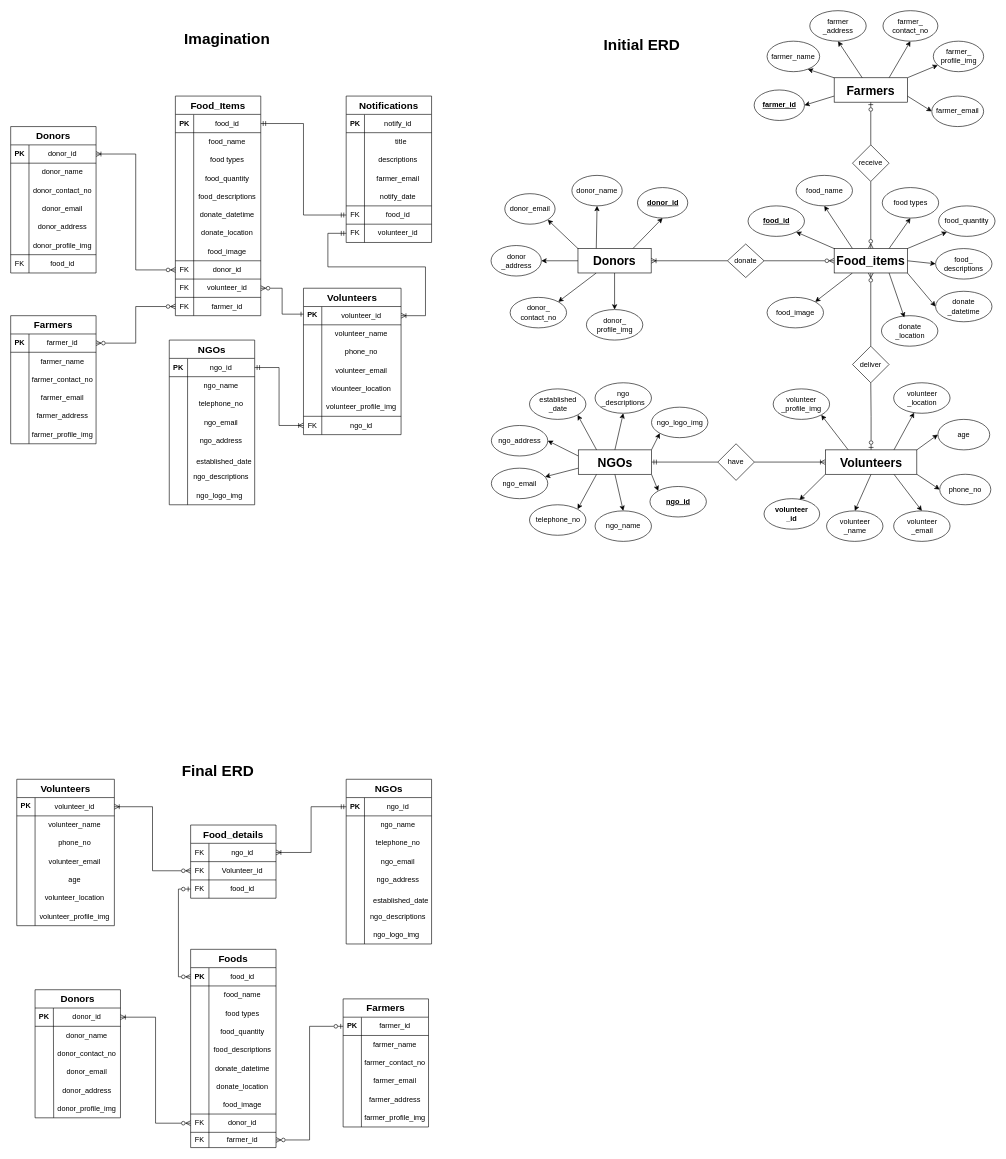
Above: Documents/Interim Report/Extra Files/Design URL/ERD.drawio in devsitaram/Final_Year_Project (draw.io), before the change. Source tidied: cells renumbered, new cells numbered last; positions are measured from the earlier drawing's top-left corner, leaving out a move shared by most shapes. Both pictures are drawn from the tidied source at 61%, with x=0, y=0 at pixel (10, 10).
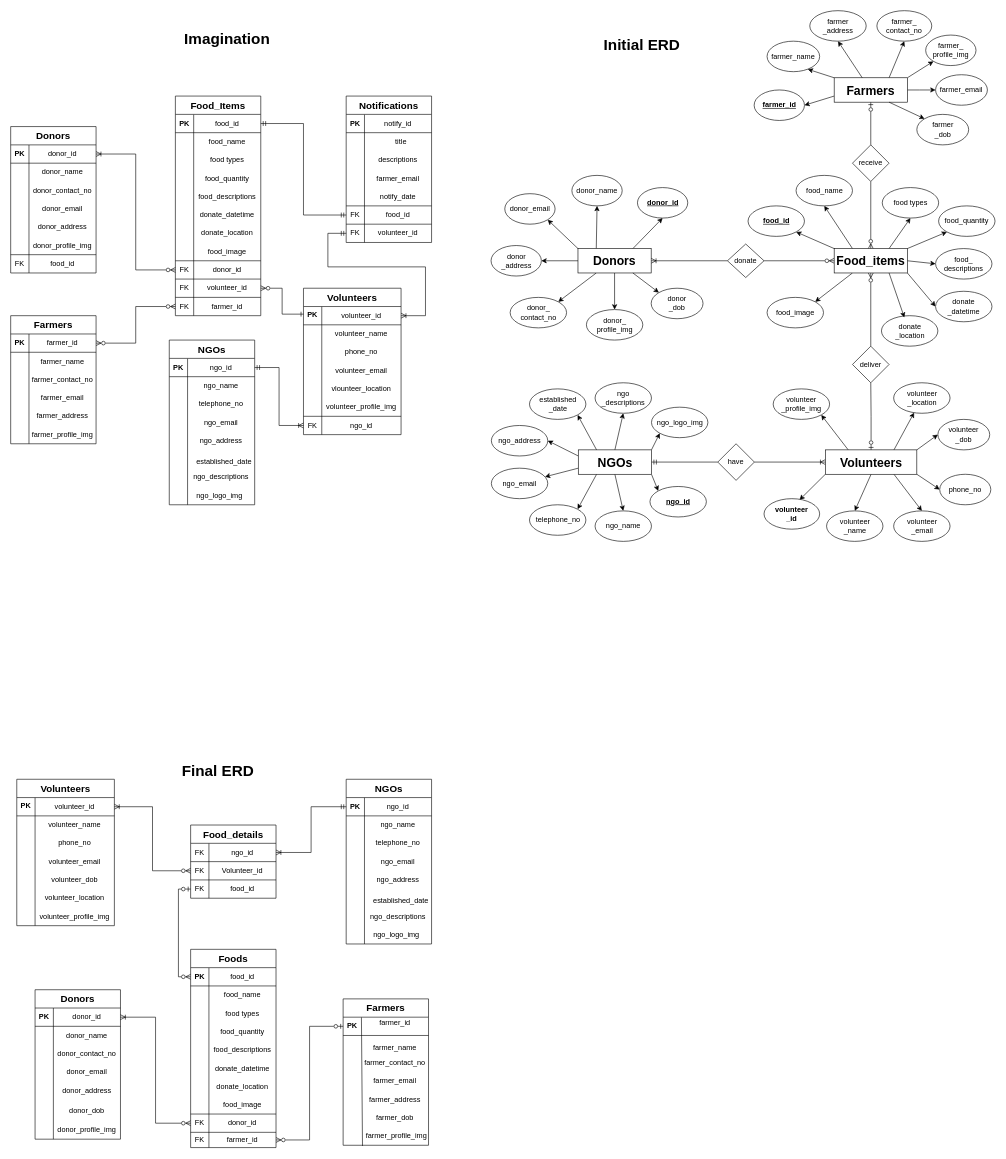
The same page after the edit.

Commit message (it also covers changes not shown here):
create the waireframe for donor

The change refers to these unchanged cells:
```xml
<mxCell id="119" value="&lt;b style=&quot;border-color: var(--border-color);&quot;&gt;&lt;font style=&quot;border-color: var(--border-color); font-size: 20px;&quot;&gt;Farmers&lt;/font&gt;&lt;/b&gt;" style="whiteSpace=wrap;html=1;rounded=0;" parent="1" vertex="1">
  <mxGeometry x="1350" y="110" width="120" height="40" as="geometry" />
</mxCell>
<mxCell id="128" value="&lt;b style=&quot;border-color: var(--border-color);&quot;&gt;&lt;font style=&quot;border-color: var(--border-color); font-size: 20px;&quot;&gt;Donors&lt;/font&gt;&lt;/b&gt;" style="whiteSpace=wrap;html=1;rounded=0;" parent="1" vertex="1">
  <mxGeometry x="930" y="390" width="120" height="40" as="geometry" />
</mxCell>
```

Diff of the diagram source:
```diff
@@
     <mxCell id="13" style="endArrow=none;html=1;rounded=0;strokeWidth=1;endSize=6;jumpSize=6;" parent="1" edge="1">
       <mxGeometry relative="1" as="geometry">
-        <mxPoint x="70.5" y="1815" as="sourcePoint" />
+        <mxPoint x="70" y="1850" as="sourcePoint" />
         <mxPoint x="70" y="1635" as="targetPoint" />
       </mxGeometry>
     </mxCell>
     <mxCell id="14" value="&lt;b&gt;&lt;font style=&quot;font-size: 16px;&quot;&gt;Donors&lt;/font&gt;&lt;/b&gt;" style="swimlane;fontStyle=0;horizontal=1;startSize=30;whiteSpace=wrap;html=1;" parent="1" vertex="1">
-      <mxGeometry x="40" y="1605" width="140" height="210" as="geometry" />
+      <mxGeometry x="40" y="1605" width="140" height="245" as="geometry" />
     </mxCell>
@@
     <mxCell id="18" value="donor_profile_img" style="text;html=1;strokeColor=none;fillColor=none;align=center;verticalAlign=middle;whiteSpace=wrap;rounded=0;" parent="1" vertex="1">
-      <mxGeometry x="70" y="1785" width="110" height="30" as="geometry" />
+      <mxGeometry x="70" y="1820" width="110" height="30" as="geometry" />
     </mxCell>
@@
-    <mxCell id="62" value="age" style="text;html=1;strokeColor=none;fillColor=none;align=center;verticalAlign=middle;whiteSpace=wrap;rounded=0;" parent="1" vertex="1">
+    <mxCell id="62" value="volunteer_dob" style="text;html=1;strokeColor=none;fillColor=none;align=center;verticalAlign=middle;whiteSpace=wrap;rounded=0;" parent="1" vertex="1">
       <mxGeometry x="40" y="1410" width="130" height="30" as="geometry" />
     </mxCell>
@@
-    <mxCell id="68" style="endArrow=none;html=1;rounded=0;strokeWidth=1;endSize=6;jumpSize=6;exitX=0;exitY=1;exitDx=0;exitDy=0;" parent="1" edge="1" source="73">
+    <mxCell id="68" style="endArrow=none;html=1;rounded=0;strokeWidth=1;endSize=6;jumpSize=6;exitX=-0.031;exitY=1.037;exitDx=0;exitDy=0;exitPerimeter=0;" parent="1" edge="1" source="73">
       <mxGeometry relative="1" as="geometry">
         <mxPoint x="575" y="1650" as="targetPoint" />
       </mxGeometry>
     </mxCell>
     <mxCell id="69" value="&lt;b&gt;&lt;font style=&quot;font-size: 16px;&quot;&gt;Farmers&lt;/font&gt;&lt;/b&gt;" style="swimlane;fontStyle=0;horizontal=1;startSize=30;whiteSpace=wrap;html=1;" parent="1" vertex="1">
-      <mxGeometry x="545" y="1620" width="140" height="210" as="geometry" />
+      <mxGeometry x="545" y="1620" width="140" height="240" as="geometry" />
     </mxCell>
@@
-    <mxCell id="72" value="farmer_name" style="text;html=1;strokeColor=none;fillColor=none;align=center;verticalAlign=middle;whiteSpace=wrap;rounded=0;" parent="1" vertex="1">
-      <mxGeometry x="575" y="1680" width="110" height="30" as="geometry" />
-    </mxCell>
-    <mxCell id="73" value="farmer_profile_img" style="text;html=1;strokeColor=none;fillColor=none;align=center;verticalAlign=middle;whiteSpace=wrap;rounded=0;" parent="1" vertex="1">
-      <mxGeometry x="575" y="1800" width="110" height="30" as="geometry" />
-    </mxCell>
@@
     <mxCell id="75" value="farmer_id" style="text;html=1;strokeColor=none;fillColor=none;align=center;verticalAlign=middle;whiteSpace=wrap;rounded=0;" parent="1" vertex="1">
-      <mxGeometry x="575" y="1650" width="110" height="30" as="geometry" />
+      <mxGeometry x="575" y="1650" width="110" height="20" as="geometry" />
     </mxCell>
@@
-    <mxCell id="118" style="rounded=0;jettySize=auto;html=1;exitX=1;exitY=0.75;exitDx=0;exitDy=0;entryX=0;entryY=0.5;entryDx=0;entryDy=0;" parent="1" edge="1" source="119" target="131">
-      <mxGeometry relative="1" as="geometry" />
+    <mxCell id="118" style="rounded=0;jettySize=auto;html=1;exitX=1;exitY=0.5;exitDx=0;exitDy=0;entryX=0;entryY=0.5;entryDx=0;entryDy=0;" parent="1" edge="1" source="119" target="131">
+      <mxGeometry relative="1" as="geometry">
+        <Array as="points">
+          <mxPoint x="1490" y="130" />
+        </Array>
+      </mxGeometry>
     </mxCell>
@@
     <mxCell id="129" value="farmer_&lt;br&gt;profile_img" style="ellipse;whiteSpace=wrap;html=1;" parent="1" vertex="1">
-      <mxGeometry x="1512.5" y="50" width="82.5" height="50" as="geometry" />
+      <mxGeometry x="1500" y="40" width="82.5" height="50" as="geometry" />
     </mxCell>
@@
     <mxCell id="131" value="farmer_email" style="ellipse;whiteSpace=wrap;html=1;" parent="1" vertex="1">
-      <mxGeometry x="1510" y="140" width="85" height="50" as="geometry" />
+      <mxGeometry x="1516.2" y="105" width="85" height="50" as="geometry" />
     </mxCell>
@@
     <mxCell id="134" value="farmer_&lt;br&gt;contact_no" style="ellipse;whiteSpace=wrap;html=1;" parent="1" vertex="1">
-      <mxGeometry x="1430" width="90" height="50" as="geometry" />
+      <mxGeometry x="1420" width="90" height="50" as="geometry" />
     </mxCell>
@@
-    <mxCell id="143" value="age" style="ellipse;whiteSpace=wrap;html=1;" parent="1" vertex="1">
+    <mxCell id="143" value="volunteer&lt;br&gt;_dob" style="ellipse;whiteSpace=wrap;html=1;" parent="1" vertex="1">
       <mxGeometry x="1520" y="670" width="85" height="50" as="geometry" />
     </mxCell>
@@
+    <mxCell id="258" value="donor&lt;br&gt;_dob" style="ellipse;whiteSpace=wrap;html=1;" parent="1" vertex="1">
+      <mxGeometry x="1050" y="455" width="85" height="50" as="geometry" />
+    </mxCell>
+    <mxCell id="259" style="rounded=0;jettySize=auto;html=1;exitX=0.75;exitY=1;exitDx=0;exitDy=0;entryX=0;entryY=0;entryDx=0;entryDy=0;" parent="1" edge="1" source="128" target="258">
+      <mxGeometry relative="1" as="geometry" />
+    </mxCell>
+    <mxCell id="260" value="farmer&lt;br&gt;_dob" style="ellipse;whiteSpace=wrap;html=1;" parent="1" vertex="1">
+      <mxGeometry x="1485.5" y="170" width="85" height="50" as="geometry" />
+    </mxCell>
+    <mxCell id="261" style="rounded=0;jettySize=auto;html=1;exitX=0.75;exitY=1;exitDx=0;exitDy=0;entryX=0;entryY=0;entryDx=0;entryDy=0;" parent="1" edge="1" source="119" target="260">
+      <mxGeometry relative="1" as="geometry" />
+    </mxCell>
+    <mxCell id="262" value="farmer_dob" style="text;html=1;strokeColor=none;fillColor=none;align=center;verticalAlign=middle;whiteSpace=wrap;rounded=0;" parent="1" vertex="1">
+      <mxGeometry x="580" y="1800" width="100" height="30" as="geometry" />
+    </mxCell>
+    <mxCell id="73" value="farmer_profile_img" style="text;html=1;strokeColor=none;fillColor=none;align=center;verticalAlign=middle;whiteSpace=wrap;rounded=0;" parent="1" vertex="1">
+      <mxGeometry x="580" y="1830" width="105" height="30" as="geometry" />
+    </mxCell>
+    <mxCell id="72" value="farmer_name" style="text;html=1;strokeColor=none;fillColor=none;align=center;verticalAlign=middle;whiteSpace=wrap;rounded=0;" parent="1" vertex="1">
+      <mxGeometry x="575" y="1690" width="110" height="20" as="geometry" />
+    </mxCell>
+    <mxCell id="263" value="donor_dob" style="text;html=1;strokeColor=none;fillColor=none;align=center;verticalAlign=middle;whiteSpace=wrap;rounded=0;" parent="1" vertex="1">
+      <mxGeometry x="70" y="1785" width="110" height="35" as="geometry" />
+    </mxCell>
```
